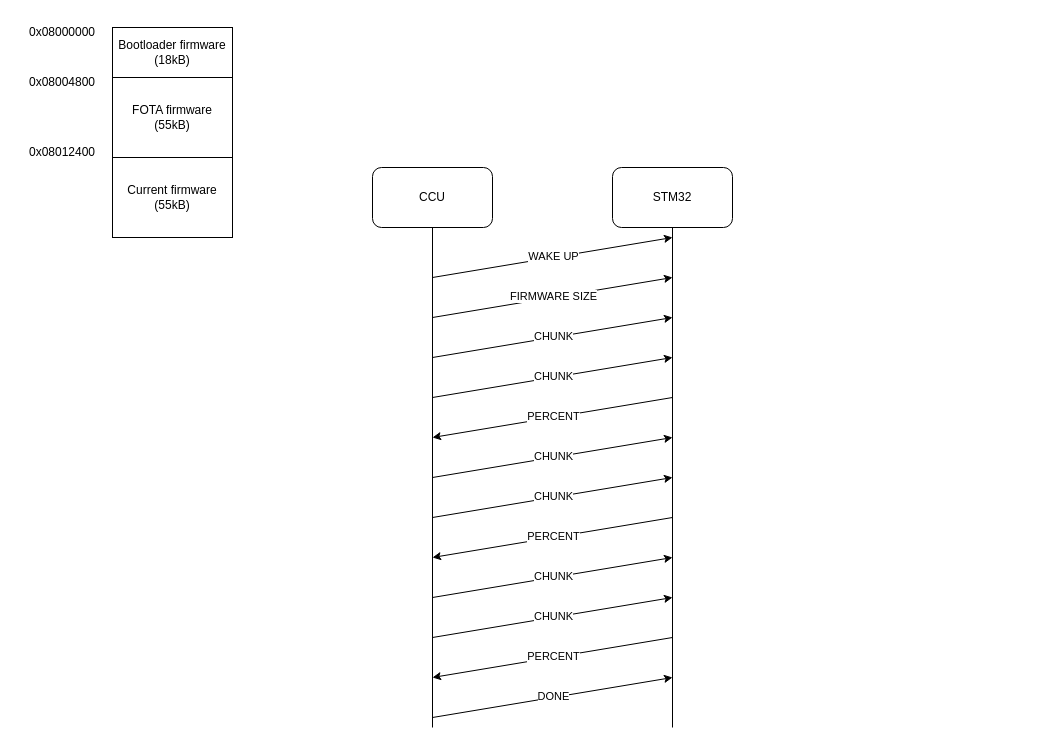
Earlier version of the draw.io diagram page "Page-6" (6 of 6) of STM32_01.drawio (thanhtung386/web_iot_interface). Source tidied: cells renumbered, new cells numbered last; positions are measured from the earlier drawing's top-left corner, leaving out a move shared by most shapes. Both pictures are drawn from the tidied source at 100%, with x=0, y=0 at pixel (17, 17).
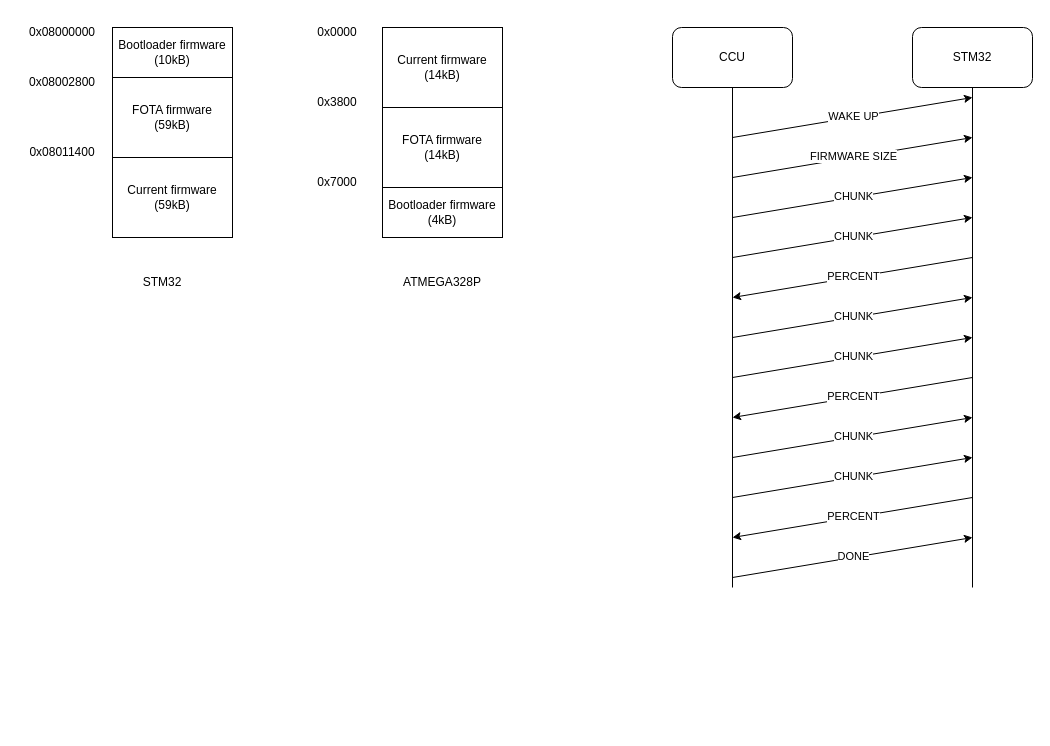
After the change.

Diff of the diagram source:
```diff
@@
-    <mxCell id="2" value="Bootloader firmware&lt;br&gt;(18kB)" style="rounded=0;whiteSpace=wrap;html=1;" parent="1" vertex="1">
+    <mxCell id="2" value="Bootloader firmware&lt;br&gt;(10kB)" style="rounded=0;whiteSpace=wrap;html=1;" parent="1" vertex="1">
       <mxGeometry x="95" y="10" width="120" height="50" as="geometry" />
     </mxCell>
-    <mxCell id="3" value="FOTA firmware&lt;br&gt;(55kB)" style="rounded=0;whiteSpace=wrap;html=1;" parent="1" vertex="1">
+    <mxCell id="3" value="FOTA firmware&lt;br&gt;(59kB)" style="rounded=0;whiteSpace=wrap;html=1;" parent="1" vertex="1">
       <mxGeometry x="95" y="60" width="120" height="80" as="geometry" />
     </mxCell>
-    <mxCell id="4" value="Current firmware&lt;br&gt;(55kB)" style="rounded=0;whiteSpace=wrap;html=1;" parent="1" vertex="1">
+    <mxCell id="4" value="Current firmware&lt;br&gt;(59kB)" style="rounded=0;whiteSpace=wrap;html=1;" parent="1" vertex="1">
       <mxGeometry x="95" y="140" width="120" height="80" as="geometry" />
     </mxCell>
@@
-    <mxCell id="6" value="0x08004800" style="text;html=1;align=center;verticalAlign=middle;whiteSpace=wrap;rounded=0;" parent="1" vertex="1">
+    <mxCell id="6" value="0x08002800" style="text;html=1;align=center;verticalAlign=middle;whiteSpace=wrap;rounded=0;" parent="1" vertex="1">
       <mxGeometry y="50" width="90" height="30" as="geometry" />
     </mxCell>
-    <mxCell id="7" value="0x08012400" style="text;html=1;align=center;verticalAlign=middle;whiteSpace=wrap;rounded=0;" parent="1" vertex="1">
+    <mxCell id="7" value="0x08011400" style="text;html=1;align=center;verticalAlign=middle;whiteSpace=wrap;rounded=0;" parent="1" vertex="1">
       <mxGeometry y="120" width="90" height="30" as="geometry" />
     </mxCell>
     <mxCell id="8" style="endArrow=none;html=1;rounded=0;jumpSize=6;" parent="1" edge="1">
       <mxGeometry relative="1" as="geometry">
-        <mxPoint x="415" y="710" as="sourcePoint" />
-        <mxPoint x="415" y="210" as="targetPoint" />
+        <mxPoint x="715" y="570" as="sourcePoint" />
+        <mxPoint x="715" y="70" as="targetPoint" />
       </mxGeometry>
     </mxCell>
     <mxCell id="9" style="endArrow=none;html=1;rounded=0;" parent="1" edge="1">
       <mxGeometry relative="1" as="geometry">
-        <mxPoint x="655" y="710" as="sourcePoint" />
-        <mxPoint x="655" y="210" as="targetPoint" />
+        <mxPoint x="955" y="570" as="sourcePoint" />
+        <mxPoint x="955" y="70" as="targetPoint" />
       </mxGeometry>
     </mxCell>
     <mxCell id="10" value="CCU" style="rounded=1;whiteSpace=wrap;html=1;" parent="1" vertex="1">
-      <mxGeometry x="355" y="150" width="120" height="60" as="geometry" />
+      <mxGeometry x="655" y="10" width="120" height="60" as="geometry" />
     </mxCell>
     <mxCell id="11" value="STM32" style="rounded=1;whiteSpace=wrap;html=1;" parent="1" vertex="1">
-      <mxGeometry x="595" y="150" width="120" height="60" as="geometry" />
+      <mxGeometry x="895" y="10" width="120" height="60" as="geometry" />
     </mxCell>
     <mxCell id="12" style="endArrow=classic;html=1;rounded=0;" parent="1" edge="1">
       <mxGeometry relative="1" as="geometry">
-        <mxPoint x="415" y="300" as="sourcePoint" />
-        <mxPoint x="655" y="260" as="targetPoint" />
+        <mxPoint x="715" y="160" as="sourcePoint" />
+        <mxPoint x="955" y="120" as="targetPoint" />
       </mxGeometry>
     </mxCell>
@@
     <mxCell id="14" style="endArrow=classic;html=1;rounded=0;" parent="1" edge="1">
       <mxGeometry relative="1" as="geometry">
-        <mxPoint x="415" y="340" as="sourcePoint" />
-        <mxPoint x="655" y="300" as="targetPoint" />
+        <mxPoint x="715" y="200" as="sourcePoint" />
+        <mxPoint x="955" y="160" as="targetPoint" />
       </mxGeometry>
     </mxCell>
@@
     <mxCell id="16" style="endArrow=classic;html=1;rounded=0;" parent="1" edge="1">
       <mxGeometry relative="1" as="geometry">
-        <mxPoint x="415" y="260" as="sourcePoint" />
-        <mxPoint x="655" y="220" as="targetPoint" />
+        <mxPoint x="715" y="120" as="sourcePoint" />
+        <mxPoint x="955" y="80" as="targetPoint" />
       </mxGeometry>
     </mxCell>
@@
     <mxCell id="18" style="endArrow=classic;html=1;rounded=0;" parent="1" edge="1">
       <mxGeometry relative="1" as="geometry">
-        <mxPoint x="415" y="380" as="sourcePoint" />
-        <mxPoint x="655" y="340" as="targetPoint" />
+        <mxPoint x="715" y="240" as="sourcePoint" />
+        <mxPoint x="955" y="200" as="targetPoint" />
       </mxGeometry>
     </mxCell>
@@
     <mxCell id="20" style="endArrow=none;html=1;rounded=0;startArrow=classic;startFill=1;endFill=0;" parent="1" edge="1">
       <mxGeometry relative="1" as="geometry">
-        <mxPoint x="415" y="420" as="sourcePoint" />
-        <mxPoint x="655" y="380" as="targetPoint" />
+        <mxPoint x="715" y="280" as="sourcePoint" />
+        <mxPoint x="955" y="240" as="targetPoint" />
       </mxGeometry>
     </mxCell>
@@
     <mxCell id="22" style="endArrow=classic;html=1;rounded=0;" parent="1" edge="1">
       <mxGeometry relative="1" as="geometry">
-        <mxPoint x="415" y="460" as="sourcePoint" />
-        <mxPoint x="655" y="420" as="targetPoint" />
+        <mxPoint x="715" y="320" as="sourcePoint" />
+        <mxPoint x="955" y="280" as="targetPoint" />
       </mxGeometry>
     </mxCell>
@@
     <mxCell id="24" style="endArrow=classic;html=1;rounded=0;" parent="1" edge="1">
       <mxGeometry relative="1" as="geometry">
-        <mxPoint x="415" y="500" as="sourcePoint" />
-        <mxPoint x="655" y="460" as="targetPoint" />
+        <mxPoint x="715" y="360" as="sourcePoint" />
+        <mxPoint x="955" y="320" as="targetPoint" />
       </mxGeometry>
     </mxCell>
@@
     <mxCell id="26" style="endArrow=none;html=1;rounded=0;startArrow=classic;startFill=1;endFill=0;" parent="1" edge="1">
       <mxGeometry relative="1" as="geometry">
-        <mxPoint x="415" y="540" as="sourcePoint" />
-        <mxPoint x="655" y="500" as="targetPoint" />
+        <mxPoint x="715" y="400" as="sourcePoint" />
+        <mxPoint x="955" y="360" as="targetPoint" />
       </mxGeometry>
     </mxCell>
@@
     <mxCell id="28" style="endArrow=classic;html=1;rounded=0;" parent="1" edge="1">
       <mxGeometry relative="1" as="geometry">
-        <mxPoint x="415" y="580" as="sourcePoint" />
-        <mxPoint x="655" y="540" as="targetPoint" />
+        <mxPoint x="715" y="440" as="sourcePoint" />
+        <mxPoint x="955" y="400" as="targetPoint" />
       </mxGeometry>
     </mxCell>
@@
     <mxCell id="30" style="endArrow=classic;html=1;rounded=0;" parent="1" edge="1">
       <mxGeometry relative="1" as="geometry">
-        <mxPoint x="415" y="620" as="sourcePoint" />
-        <mxPoint x="655" y="580" as="targetPoint" />
+        <mxPoint x="715" y="480" as="sourcePoint" />
+        <mxPoint x="955" y="440" as="targetPoint" />
       </mxGeometry>
     </mxCell>
@@
     <mxCell id="32" style="endArrow=none;html=1;rounded=0;startArrow=classic;startFill=1;endFill=0;" parent="1" edge="1">
       <mxGeometry relative="1" as="geometry">
-        <mxPoint x="415" y="660" as="sourcePoint" />
-        <mxPoint x="655" y="620" as="targetPoint" />
+        <mxPoint x="715" y="520" as="sourcePoint" />
+        <mxPoint x="955" y="480" as="targetPoint" />
       </mxGeometry>
     </mxCell>
@@
     <mxCell id="34" style="endArrow=classic;html=1;rounded=0;" parent="1" edge="1">
       <mxGeometry relative="1" as="geometry">
-        <mxPoint x="415" y="700" as="sourcePoint" />
-        <mxPoint x="655" y="660" as="targetPoint" />
+        <mxPoint x="715" y="560" as="sourcePoint" />
+        <mxPoint x="955" y="520" as="targetPoint" />
       </mxGeometry>
     </mxCell>
@@
+    <mxCell id="36" value="STM32" style="text;html=1;align=center;verticalAlign=middle;whiteSpace=wrap;rounded=0;" parent="1" vertex="1">
+      <mxGeometry x="115" y="250" width="60" height="30" as="geometry" />
+    </mxCell>
+    <mxCell id="37" value="Current firmware&lt;br&gt;(14kB)" style="rounded=0;whiteSpace=wrap;html=1;" parent="1" vertex="1">
+      <mxGeometry x="365" y="10" width="120" height="80" as="geometry" />
+    </mxCell>
+    <mxCell id="38" value="FOTA firmware&lt;br&gt;(14kB)" style="rounded=0;whiteSpace=wrap;html=1;" parent="1" vertex="1">
+      <mxGeometry x="365" y="90" width="120" height="80" as="geometry" />
+    </mxCell>
+    <mxCell id="39" value="0x0000" style="text;html=1;align=center;verticalAlign=middle;whiteSpace=wrap;rounded=0;" parent="1" vertex="1">
+      <mxGeometry x="275" width="90" height="30" as="geometry" />
+    </mxCell>
+    <mxCell id="40" value="0x7000" style="text;html=1;align=center;verticalAlign=middle;whiteSpace=wrap;rounded=0;" parent="1" vertex="1">
+      <mxGeometry x="275" y="150" width="90" height="30" as="geometry" />
+    </mxCell>
+    <mxCell id="41" value="0x3800" style="text;html=1;align=center;verticalAlign=middle;whiteSpace=wrap;rounded=0;" parent="1" vertex="1">
+      <mxGeometry x="275" y="70" width="90" height="30" as="geometry" />
+    </mxCell>
+    <mxCell id="42" value="ATMEGA328P" style="text;html=1;align=center;verticalAlign=middle;whiteSpace=wrap;rounded=0;" parent="1" vertex="1">
+      <mxGeometry x="395" y="250" width="60" height="30" as="geometry" />
+    </mxCell>
+    <mxCell id="43" value="Bootloader firmware&lt;br&gt;(4kB)" style="rounded=0;whiteSpace=wrap;html=1;" parent="1" vertex="1">
+      <mxGeometry x="365" y="170" width="120" height="50" as="geometry" />
+    </mxCell>
```
